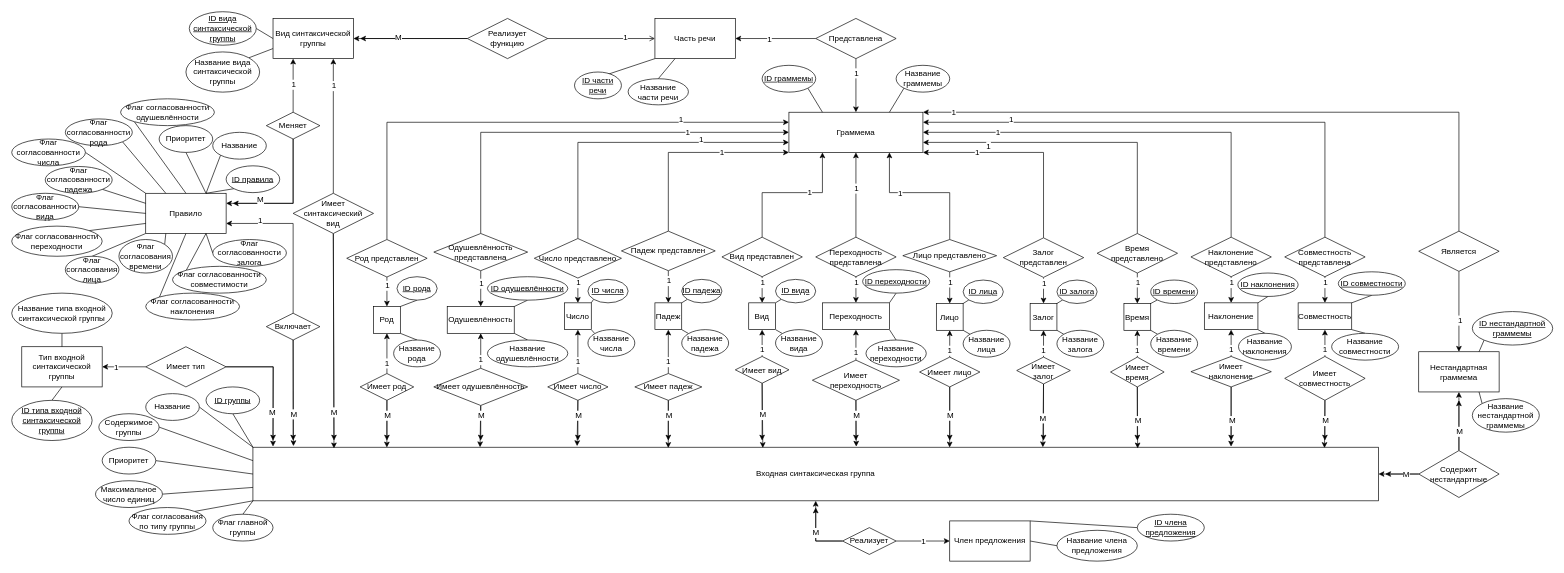
Earlier version of the draw.io diagram Infological.drawio (DMfananddu/Diploma). Source tidied: cells renumbered, new cells numbered last; positions are measured from the earlier drawing's top-left corner, leaving out a move shared by most shapes. Both pictures are drawn from the tidied source at 67%, with x=0, y=0 at pixel (11, 11).
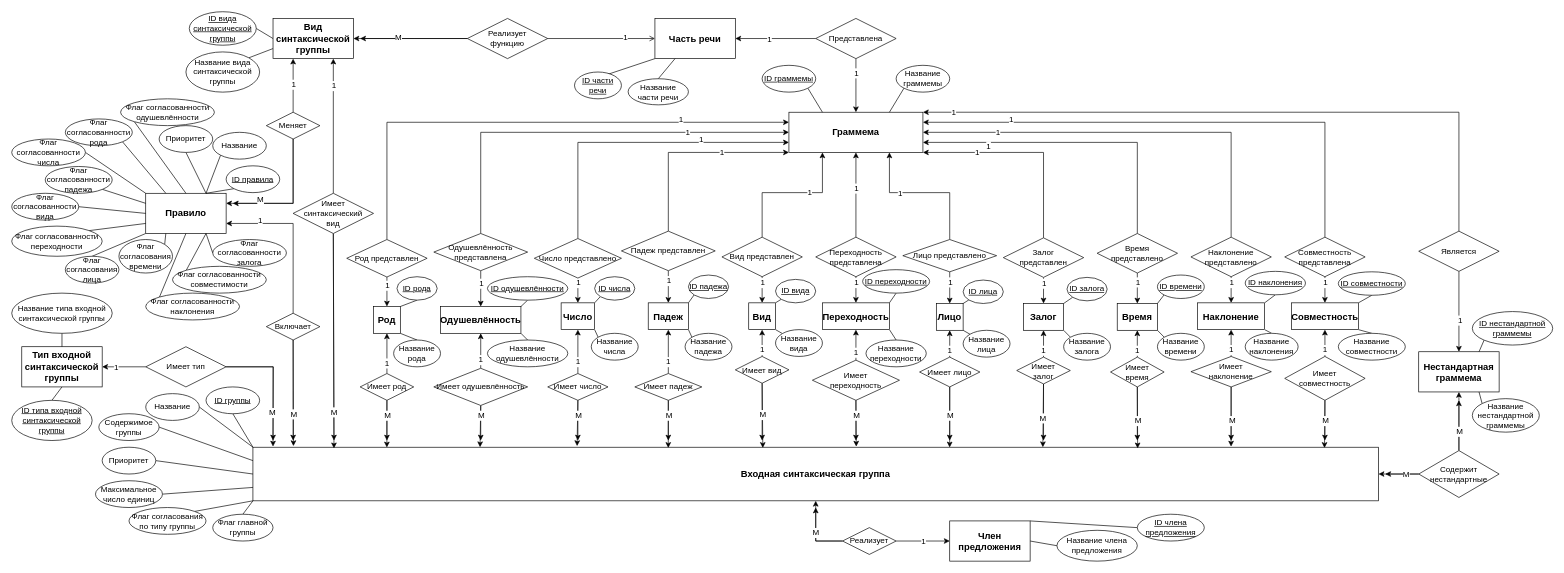
The same diagram, later.

Diff of the diagram source:
```diff
@@
-    <mxCell id="2" value="Входная синтаксическая группа" style="rounded=0;whiteSpace=wrap;html=1;" parent="1" vertex="1">
+    <mxCell id="2" value="Входная синтаксическая группа" style="rounded=0;whiteSpace=wrap;html=1;fontSize=14;fontStyle=1;" parent="1" vertex="1">
       <mxGeometry x="360" y="650" width="1680" height="80" as="geometry" />
     </mxCell>
@@
-    <mxCell id="23" value="Тип входной синтаксической группы" style="rounded=0;whiteSpace=wrap;html=1;" parent="1" vertex="1">
+    <mxCell id="23" value="&lt;font style=&quot;font-size: 14px&quot;&gt;&lt;b&gt;Тип входной синтаксической группы&lt;/b&gt;&lt;/font&gt;" style="rounded=0;whiteSpace=wrap;html=1;" parent="1" vertex="1">
       <mxGeometry x="15" y="500" width="120" height="60" as="geometry" />
     </mxCell>
@@
-    <mxCell id="34" value="Правило" style="rounded=0;whiteSpace=wrap;html=1;" parent="1" vertex="1">
+    <mxCell id="34" value="Правило" style="rounded=0;whiteSpace=wrap;html=1;fontSize=14;fontStyle=1;" parent="1" vertex="1">
       <mxGeometry x="200" y="271" width="120" height="60" as="geometry" />
     </mxCell>
@@
-    <mxCell id="69" value="Вид синтаксической группы" style="rounded=0;whiteSpace=wrap;html=1;" parent="1" vertex="1">
+    <mxCell id="69" value="Вид синтаксической группы" style="rounded=0;whiteSpace=wrap;html=1;fontSize=14;fontStyle=1;" parent="1" vertex="1">
       <mxGeometry x="390" y="10" width="120" height="60" as="geometry" />
     </mxCell>
@@
-    <mxCell id="82" value="Член предложения" style="rounded=0;whiteSpace=wrap;html=1;" parent="1" vertex="1">
+    <mxCell id="82" value="Член предложения" style="rounded=0;whiteSpace=wrap;html=1;fontSize=14;fontStyle=1;" parent="1" vertex="1">
       <mxGeometry x="1400" y="760" width="120" height="60" as="geometry" />
     </mxCell>
@@
-    <mxCell id="98" value="Нестандартная граммема" style="rounded=0;whiteSpace=wrap;html=1;" parent="1" vertex="1">
+    <mxCell id="98" value="Нестандартная граммема" style="rounded=0;whiteSpace=wrap;html=1;fontSize=14;fontStyle=1;" parent="1" vertex="1">
       <mxGeometry x="2100" y="507.5" width="120" height="60" as="geometry" />
     </mxCell>
@@
-    <mxCell id="103" value="Граммема" style="rounded=0;whiteSpace=wrap;html=1;" parent="1" vertex="1">
+    <mxCell id="103" value="Граммема" style="rounded=0;whiteSpace=wrap;html=1;fontSize=14;fontStyle=1;" parent="1" vertex="1">
       <mxGeometry x="1160" y="150" width="200" height="60" as="geometry" />
     </mxCell>
@@
-    <mxCell id="109" value="Часть речи" style="rounded=0;whiteSpace=wrap;html=1;" parent="1" vertex="1">
+    <mxCell id="109" value="Часть речи" style="rounded=0;whiteSpace=wrap;html=1;fontSize=14;fontStyle=1;" parent="1" vertex="1">
       <mxGeometry x="960" y="10" width="120" height="60" as="geometry" />
     </mxCell>
@@
-    <mxCell id="133" value="Род" style="rounded=0;whiteSpace=wrap;html=1;" parent="1" vertex="1">
+    <mxCell id="133" value="&lt;font style=&quot;font-size: 14px&quot;&gt;&lt;b&gt;Род&lt;/b&gt;&lt;/font&gt;" style="rounded=0;whiteSpace=wrap;html=1;" parent="1" vertex="1">
       <mxGeometry x="540" y="440" width="40" height="40" as="geometry" />
     </mxCell>
@@
-    <mxCell id="149" value="Одушевлённость" style="rounded=0;whiteSpace=wrap;html=1;" parent="1" vertex="1">
-      <mxGeometry x="650" y="440" width="100" height="40" as="geometry" />
+    <mxCell id="149" value="&lt;font style=&quot;font-size: 14px&quot;&gt;&lt;b&gt;Одушевлённость&lt;/b&gt;&lt;/font&gt;" style="rounded=0;whiteSpace=wrap;html=1;" parent="1" vertex="1">
+      <mxGeometry x="640" y="440" width="120" height="40" as="geometry" />
     </mxCell>
@@
-    <mxCell id="165" value="Число" style="rounded=0;whiteSpace=wrap;html=1;" parent="1" vertex="1">
-      <mxGeometry x="825" y="434.5" width="40" height="40" as="geometry" />
+    <mxCell id="165" value="Число" style="rounded=0;whiteSpace=wrap;html=1;fontSize=14;fontStyle=1;" parent="1" vertex="1">
+      <mxGeometry x="820" y="434.5" width="50" height="40" as="geometry" />
     </mxCell>
     <mxCell id="166" value="&lt;u&gt;ID числа&lt;/u&gt;" style="ellipse;whiteSpace=wrap;html=1;" parent="1" vertex="1">
-      <mxGeometry x="860" y="399.5" width="60" height="35" as="geometry" />
+      <mxGeometry x="870" y="395.5" width="60" height="35" as="geometry" />
     </mxCell>
     <mxCell id="167" value="Название числа" style="ellipse;whiteSpace=wrap;html=1;" parent="1" vertex="1">
-      <mxGeometry x="860" y="474.5" width="70" height="40" as="geometry" />
+      <mxGeometry x="865" y="480" width="70" height="40" as="geometry" />
     </mxCell>
@@
-    <mxCell id="181" value="Падеж" style="rounded=0;whiteSpace=wrap;html=1;" parent="1" vertex="1">
-      <mxGeometry x="960" y="434.5" width="40" height="40" as="geometry" />
+    <mxCell id="181" value="Падеж" style="rounded=0;whiteSpace=wrap;html=1;fontSize=14;fontStyle=1;" parent="1" vertex="1">
+      <mxGeometry x="950" y="434.5" width="60" height="40" as="geometry" />
     </mxCell>
     <mxCell id="182" value="&lt;u&gt;ID падежа&lt;/u&gt;" style="ellipse;whiteSpace=wrap;html=1;" parent="1" vertex="1">
-      <mxGeometry x="1000" y="399.5" width="60" height="35" as="geometry" />
+      <mxGeometry x="1010" y="393" width="60" height="35" as="geometry" />
     </mxCell>
     <mxCell id="183" value="Название падежа" style="ellipse;whiteSpace=wrap;html=1;" parent="1" vertex="1">
-      <mxGeometry x="1000" y="474.5" width="70" height="40" as="geometry" />
+      <mxGeometry x="1005" y="480" width="70" height="40" as="geometry" />
     </mxCell>
@@
-    <mxCell id="197" value="Вид" style="rounded=0;whiteSpace=wrap;html=1;" parent="1" vertex="1">
+    <mxCell id="197" value="Вид" style="rounded=0;whiteSpace=wrap;html=1;fontSize=14;fontStyle=1;" parent="1" vertex="1">
       <mxGeometry x="1100" y="434.5" width="40" height="40" as="geometry" />
     </mxCell>
@@
-    <mxCell id="213" value="Переходность" style="rounded=0;whiteSpace=wrap;html=1;" parent="1" vertex="1">
+    <mxCell id="213" value="Переходность" style="rounded=0;whiteSpace=wrap;html=1;fontSize=14;fontStyle=1;" parent="1" vertex="1">
       <mxGeometry x="1210" y="434.5" width="100" height="40" as="geometry" />
     </mxCell>
@@
-    <mxCell id="229" value="Лицо" style="rounded=0;whiteSpace=wrap;html=1;" parent="1" vertex="1">
+    <mxCell id="229" value="Лицо" style="rounded=0;whiteSpace=wrap;html=1;fontSize=14;fontStyle=1;" parent="1" vertex="1">
       <mxGeometry x="1380" y="435.5" width="40" height="40" as="geometry" />
     </mxCell>
@@
-    <mxCell id="245" value="Залог" style="rounded=0;whiteSpace=wrap;html=1;" parent="1" vertex="1">
-      <mxGeometry x="1520" y="435.5" width="40" height="40" as="geometry" />
+    <mxCell id="245" value="Залог" style="rounded=0;whiteSpace=wrap;html=1;fontSize=14;fontStyle=1;" parent="1" vertex="1">
+      <mxGeometry x="1510" y="435.5" width="60" height="40" as="geometry" />
     </mxCell>
     <mxCell id="246" value="&lt;u&gt;ID залога&lt;/u&gt;" style="ellipse;whiteSpace=wrap;html=1;" parent="1" vertex="1">
-      <mxGeometry x="1560" y="400.5" width="60" height="35" as="geometry" />
+      <mxGeometry x="1575" y="396.5" width="60" height="35" as="geometry" />
     </mxCell>
     <mxCell id="247" value="Название залога" style="ellipse;whiteSpace=wrap;html=1;" parent="1" vertex="1">
-      <mxGeometry x="1560" y="475.5" width="70" height="40" as="geometry" />
+      <mxGeometry x="1570" y="480" width="70" height="40" as="geometry" />
     </mxCell>
@@
-    <mxCell id="261" value="Время" style="rounded=0;whiteSpace=wrap;html=1;" parent="1" vertex="1">
-      <mxGeometry x="1660" y="435.5" width="40" height="40" as="geometry" />
+    <mxCell id="261" value="Время" style="rounded=0;whiteSpace=wrap;html=1;fontSize=14;fontStyle=1;" parent="1" vertex="1">
+      <mxGeometry x="1650" y="435.5" width="60" height="40" as="geometry" />
     </mxCell>
     <mxCell id="262" value="&lt;u&gt;ID времени&lt;/u&gt;" style="ellipse;whiteSpace=wrap;html=1;" parent="1" vertex="1">
-      <mxGeometry x="1700" y="400.5" width="70" height="35" as="geometry" />
+      <mxGeometry x="1710" y="393" width="70" height="35" as="geometry" />
     </mxCell>
     <mxCell id="263" value="Название времени" style="ellipse;whiteSpace=wrap;html=1;" parent="1" vertex="1">
-      <mxGeometry x="1700" y="475.5" width="70" height="40" as="geometry" />
+      <mxGeometry x="1710" y="480" width="70" height="40" as="geometry" />
     </mxCell>
@@
-    <mxCell id="277" value="Наклонение" style="rounded=0;whiteSpace=wrap;html=1;" parent="1" vertex="1">
-      <mxGeometry x="1780" y="434.5" width="80" height="40" as="geometry" />
+    <mxCell id="277" value="Наклонение" style="rounded=0;whiteSpace=wrap;html=1;fontSize=14;fontStyle=1;" parent="1" vertex="1">
+      <mxGeometry x="1770" y="434.5" width="100" height="40" as="geometry" />
     </mxCell>
     <mxCell id="278" value="&lt;u&gt;ID наклонения&lt;/u&gt;" style="ellipse;whiteSpace=wrap;html=1;" parent="1" vertex="1">
-      <mxGeometry x="1830" y="390" width="90" height="35" as="geometry" />
+      <mxGeometry x="1841" y="387.5" width="90" height="35" as="geometry" />
     </mxCell>
     <mxCell id="279" value="Название наклонения" style="ellipse;whiteSpace=wrap;html=1;" parent="1" vertex="1">
-      <mxGeometry x="1831" y="480" width="79" height="40" as="geometry" />
+      <mxGeometry x="1841" y="480" width="79" height="40" as="geometry" />
     </mxCell>
@@
-    <mxCell id="293" value="Совместность" style="rounded=0;whiteSpace=wrap;html=1;" parent="1" vertex="1">
-      <mxGeometry x="1920" y="434.5" width="80" height="40" as="geometry" />
+    <mxCell id="293" value="Совместность" style="rounded=0;whiteSpace=wrap;html=1;fontSize=14;fontStyle=1;" parent="1" vertex="1">
+      <mxGeometry x="1910" y="434.5" width="100" height="40" as="geometry" />
     </mxCell>
@@
     <mxCell id="295" value="Название совместности" style="ellipse;whiteSpace=wrap;html=1;" parent="1" vertex="1">
-      <mxGeometry x="1970" y="480" width="100" height="40" as="geometry" />
+      <mxGeometry x="1980" y="480" width="100" height="40" as="geometry" />
     </mxCell>
```
